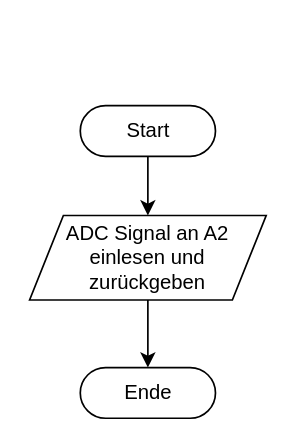
Above: page "Signal einlesen" (2 of 6) of flowchart.drawio in enovalab/LM3914-Replacement (draw.io), before the change. Source tidied: cells renumbered, new cells numbered last; positions are measured from the earlier drawing's top-left corner, leaving out a move shared by most shapes. Both pictures are drawn from the tidied source at 169%, with x=0, y=0 at pixel (29, 105).
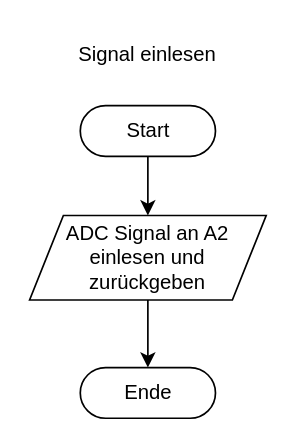
The same page after the edit.

The edit, as a diff of the source:
```diff
@@
 <mxGraphModel>
   <root>
     <mxCell id="0" />
     <mxCell id="1" parent="0" />
     <mxCell id="2" style="edgeStyle=none;html=1;exitX=0.5;exitY=0.5;exitDx=0;exitDy=15;exitPerimeter=0;entryX=0.5;entryY=0;entryDx=0;entryDy=0;" parent="1" edge="1" source="3" target="6">
       <mxGeometry relative="1" as="geometry" />
     </mxCell>
     <mxCell id="3" value="Start" style="html=1;dashed=0;whitespace=wrap;shape=mxgraph.dfd.start;" parent="1" vertex="1">
       <mxGeometry x="30" width="80" height="30" as="geometry" />
     </mxCell>
     <mxCell id="4" value="Ende" style="html=1;dashed=0;whitespace=wrap;shape=mxgraph.dfd.start;" parent="1" vertex="1">
       <mxGeometry x="30" y="155" width="80" height="30" as="geometry" />
     </mxCell>
     <mxCell id="5" style="edgeStyle=none;html=1;exitX=0.5;exitY=1;exitDx=0;exitDy=0;entryX=0.5;entryY=0.5;entryDx=0;entryDy=-15;entryPerimeter=0;" parent="1" edge="1" source="6" target="4">
       <mxGeometry relative="1" as="geometry" />
     </mxCell>
     <mxCell id="6" value="ADC Signal an A2&lt;br&gt;einlesen und zurückgeben" style="shape=parallelogram;perimeter=parallelogramPerimeter;whiteSpace=wrap;html=1;fixedSize=1;" parent="1" vertex="1">
       <mxGeometry y="65" width="140" height="50" as="geometry" />
     </mxCell>
+    <mxCell id="7" value="Signal einlesen" style="text;html=1;strokeColor=none;fillColor=none;align=center;verticalAlign=middle;whiteSpace=wrap;rounded=0;" parent="1" vertex="1">
+      <mxGeometry x="15" y="-45" width="110" height="30" as="geometry" />
+    </mxCell>
   </root>
 </mxGraphModel>
```
